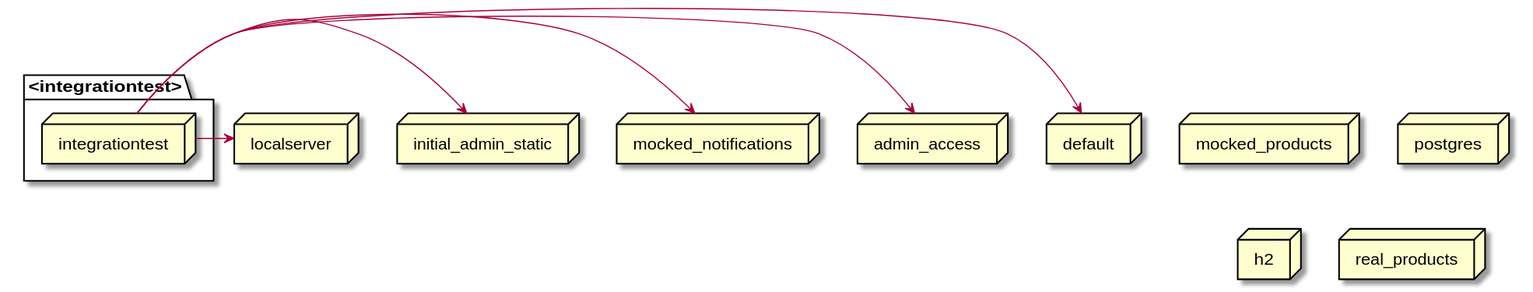
This is docs/latest/images/gen_springprofiles-integrationtest.svg from mercedes-benz/sechub, a PlantUML export, as it was before one commit.
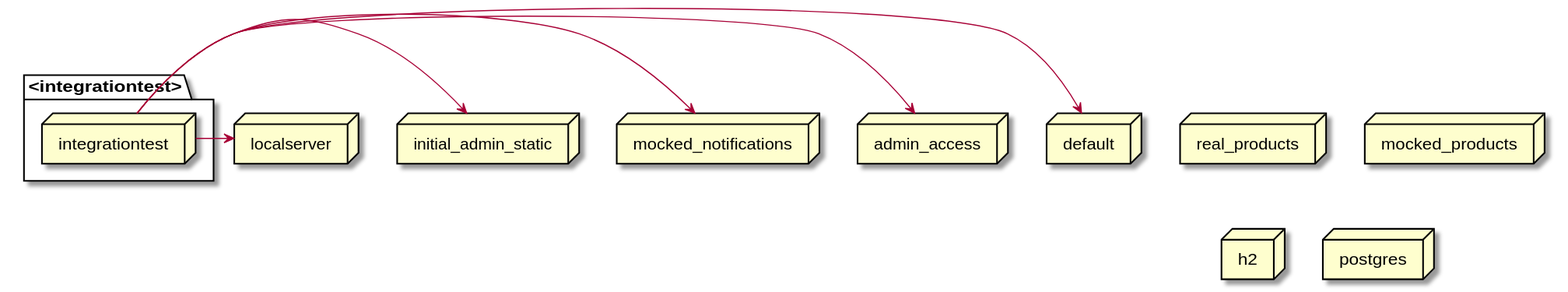
The same diagram one commit later.

What changed in the source:
```diff
@@ -1,16 +1,16 @@
 @startuml
-node mocked_notifications
-node initial_admin_static
 package <integrationtest>{
    node integrationtest
 }
-node mocked_products
-node postgres
-node h2
-node default
-node admin_access
+node initial_admin_static
 node real_products
 node localserver
+node mocked_notifications
+node mocked_products
+node h2
+node admin_access
+node default
+node postgres
 integrationtest -> localserver
 integrationtest -> initial_admin_static
 integrationtest -> mocked_notifications
```
